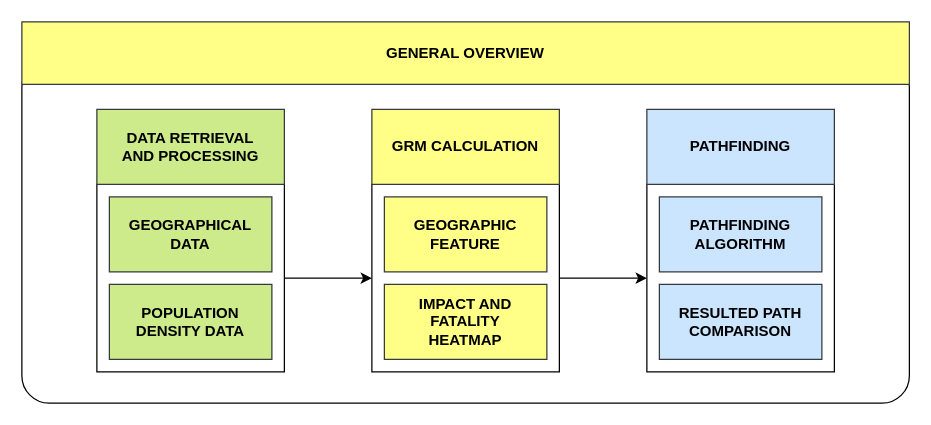
Earlier version of the draw.io diagram page "General Overview" (10 of 19) of OSM Thesis Latex and Docs/OSM Drone.drawio (komikndr/UAV-Path-Planning). Source tidied: cells renumbered, new cells numbered last; positions are measured from the earlier drawing's top-left corner, leaving out a move shared by most shapes. Both pictures are drawn from the tidied source at 125%, with x=0, y=0 at pixel (21, 21).
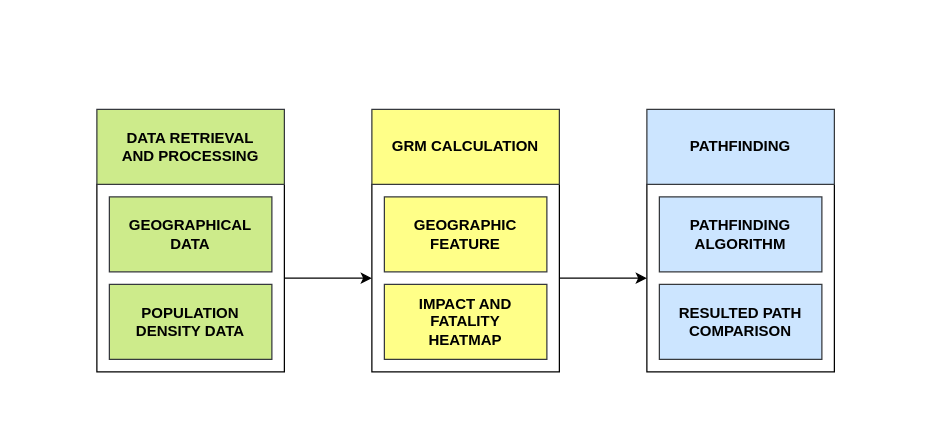
The same page after the edit.

Change to the diagram source:
```diff
@@
-    <mxCell id="2" style="rounded=1;whiteSpace=wrap;html=1;perimeterSpacing=10;arcSize=8;" parent="1" vertex="1">
-      <mxGeometry y="30" width="710" height="275" as="geometry" />
-    </mxCell>
-    <mxCell id="3" value="&lt;b&gt;GENERAL OVERVIEW&lt;/b&gt;" style="rounded=0;whiteSpace=wrap;html=1;fillColor=#ffff88;strokeColor=#36393d;" parent="1" vertex="1">
-      <mxGeometry width="710" height="50" as="geometry" />
-    </mxCell>
```
